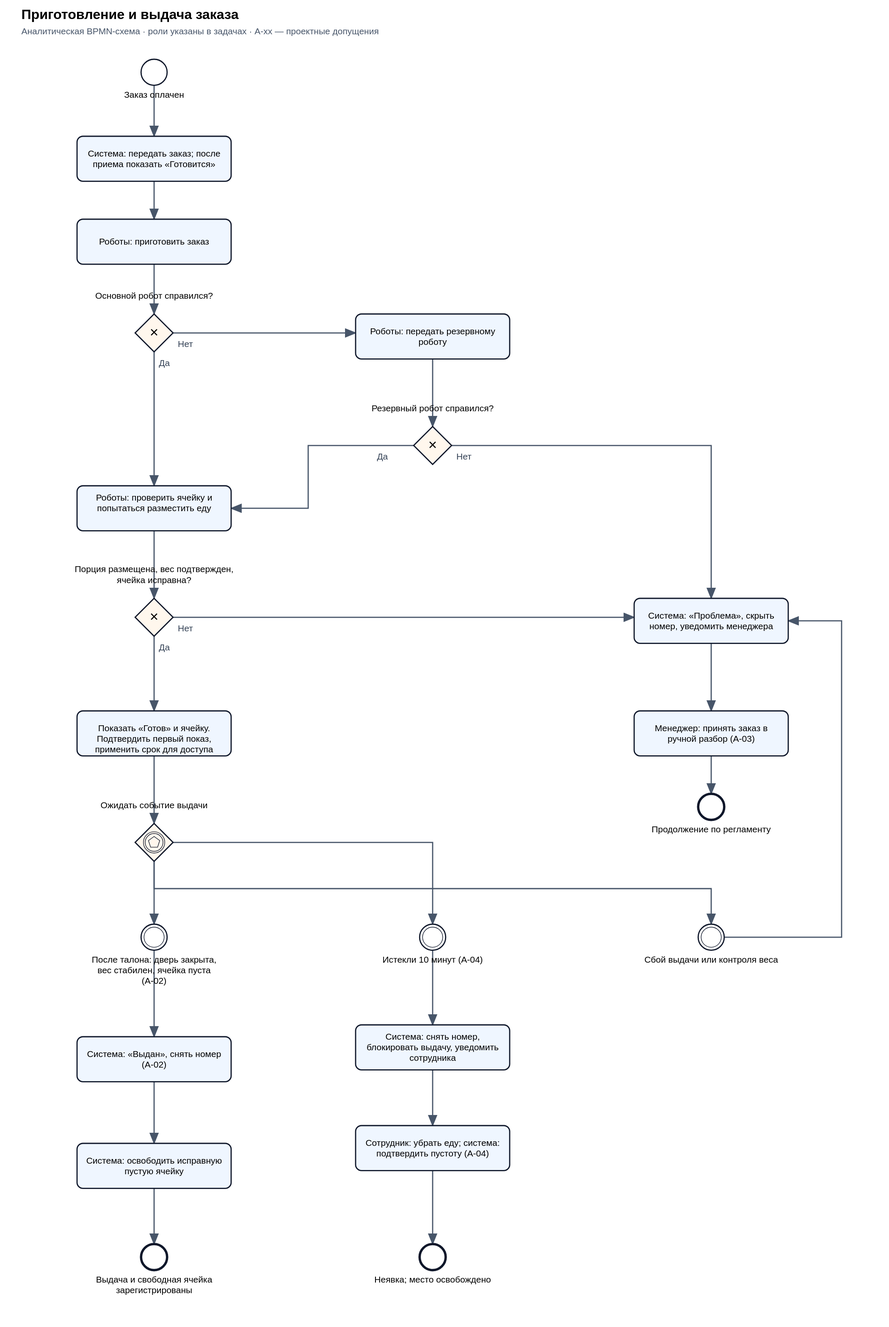
Before: docs/project/published/assets/bpmn-fulfillment.svg, a diagram exported from BPMN (n-leo-leo/restaurant-order-board). Its source is kept beside it as docs/project/published/assets/bpmn-fulfillment.bpmn. Ids are renumbered.
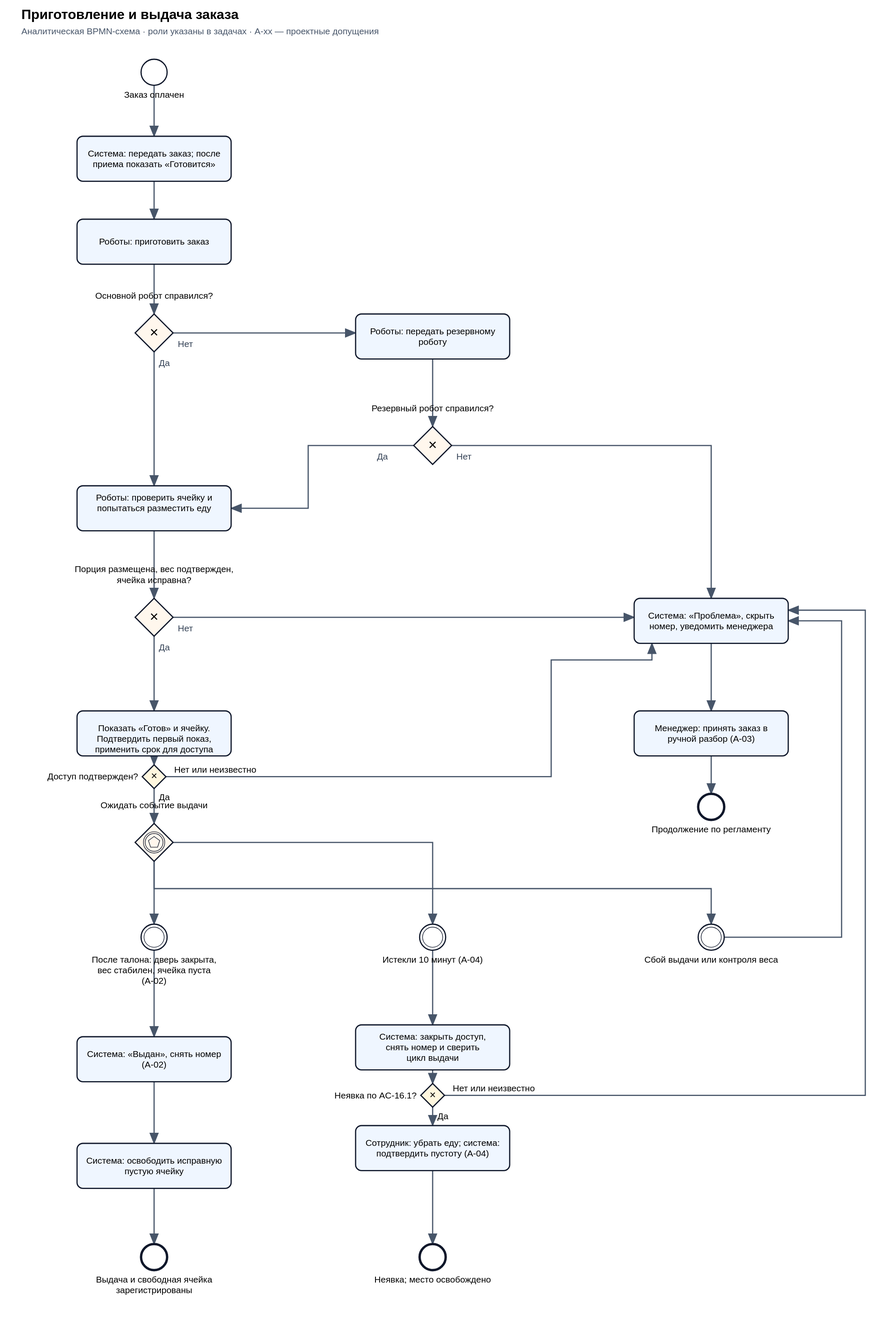
Above is the later version.

What changed in the source:
```diff
@@ -41,7 +41,7 @@
       <bpmn:outgoing>Flow_bpmn-fulfillment_11</bpmn:outgoing>
     </bpmn:task>
     <bpmn:eventBasedGateway id="p_wait" name="Ожидать событие выдачи">
-      <bpmn:incoming>Flow_bpmn-fulfillment_11</bpmn:incoming>
+      <bpmn:incoming>p_applied_yes</bpmn:incoming>
       <bpmn:outgoing>Flow_bpmn-fulfillment_12</bpmn:outgoing>
       <bpmn:outgoing>Flow_bpmn-fulfillment_13</bpmn:outgoing>
       <bpmn:outgoing>Flow_bpmn-fulfillment_14</bpmn:outgoing>
@@ -71,12 +71,12 @@
       <bpmn:incoming>Flow_bpmn-fulfillment_15</bpmn:incoming>
       <bpmn:outgoing>Flow_bpmn-fulfillment_16</bpmn:outgoing>
     </bpmn:task>
-    <bpmn:task id="p_expirenotify" name="Система: снять номер, блокировать выдачу, уведомить сотрудника">
+    <bpmn:task id="p_expirenotify" name="Система: закрыть доступ, снять номер и сверить цикл выдачи">
       <bpmn:incoming>Flow_bpmn-fulfillment_18</bpmn:incoming>
       <bpmn:outgoing>Flow_bpmn-fulfillment_19</bpmn:outgoing>
     </bpmn:task>
     <bpmn:task id="p_clean" name="Сотрудник: убрать еду; система: подтвердить пустоту (A-04)">
-      <bpmn:incoming>Flow_bpmn-fulfillment_19</bpmn:incoming>
+      <bpmn:incoming>p_absent_yes</bpmn:incoming>
       <bpmn:outgoing>Flow_bpmn-fulfillment_20</bpmn:outgoing>
     </bpmn:task>
     <bpmn:task id="p_verify" name="Система: освободить исправную пустую ячейку">
@@ -90,6 +90,8 @@
       <bpmn:incoming>Flow_bpmn-fulfillment_20</bpmn:incoming>
     </bpmn:endEvent>
     <bpmn:task id="p_problem" name="Система: «Проблема», скрыть номер, уведомить менеджера">
+      <bpmn:incoming>p_absent_no</bpmn:incoming>
+      <bpmn:incoming>p_applied_no</bpmn:incoming>
       <bpmn:incoming>Flow_bpmn-fulfillment_7</bpmn:incoming>
       <bpmn:incoming>Flow_bpmn-fulfillment_10</bpmn:incoming>
       <bpmn:incoming>Flow_bpmn-fulfillment_21</bpmn:incoming>
@@ -102,6 +104,21 @@
     <bpmn:endEvent id="p_manualend" name="Продолжение по регламенту">
       <bpmn:incoming>Flow_bpmn-fulfillment_23</bpmn:incoming>
     </bpmn:endEvent>
+    <bpmn:exclusiveGateway id="p_applied" name="Доступ подтвержден?" gatewayDirection="Diverging">
+      <bpmn:incoming>Flow_bpmn-fulfillment_11</bpmn:incoming>
+      <bpmn:outgoing>p_applied_yes</bpmn:outgoing>
+      <bpmn:outgoing>p_applied_no</bpmn:outgoing>
+    </bpmn:exclusiveGateway>
+    <bpmn:sequenceFlow id="p_applied_yes" sourceRef="p_applied" targetRef="p_wait" name="Да" />
+    <bpmn:sequenceFlow id="p_applied_no" sourceRef="p_applied" targetRef="p_problem" name="Нет или неизвестно" />
+    <bpmn:exclusiveGateway id="p_absent" name="Неявка по AC-16.1?" gatewayDirection="Diverging">
+      <bpmn:documentation>После сверки полного цикла неявка допустима только при выполнении условий AC-16.1 по талону и непрерывному доступу до срока. Иначе требуется разбор.</bpmn:documentation>
+      <bpmn:incoming>Flow_bpmn-fulfillment_19</bpmn:incoming>
+      <bpmn:outgoing>p_absent_yes</bpmn:outgoing>
+      <bpmn:outgoing>p_absent_no</bpmn:outgoing>
+    </bpmn:exclusiveGateway>
+    <bpmn:sequenceFlow id="p_absent_yes" sourceRef="p_absent" targetRef="p_clean" name="Да" />
+    <bpmn:sequenceFlow id="p_absent_no" sourceRef="p_absent" targetRef="p_problem" name="Нет или неизвестно" />
     <bpmn:sequenceFlow id="Flow_bpmn-fulfillment_0" sourceRef="p_start" targetRef="p_send" />
     <bpmn:sequenceFlow id="Flow_bpmn-fulfillment_1" sourceRef="p_send" targetRef="p_cook" />
     <bpmn:sequenceFlow id="Flow_bpmn-fulfillment_2" sourceRef="p_cook" targetRef="p_ok" />
@@ -113,7 +130,7 @@
     <bpmn:sequenceFlow id="Flow_bpmn-fulfillment_8" sourceRef="p_cell" targetRef="p_cellok" />
     <bpmn:sequenceFlow id="Flow_bpmn-fulfillment_9" sourceRef="p_cellok" targetRef="p_ready" name="Да" />
     <bpmn:sequenceFlow id="Flow_bpmn-fulfillment_10" sourceRef="p_cellok" targetRef="p_problem" name="Нет" />
-    <bpmn:sequenceFlow id="Flow_bpmn-fulfillment_11" sourceRef="p_ready" targetRef="p_wait" />
+    <bpmn:sequenceFlow id="Flow_bpmn-fulfillment_11" sourceRef="p_ready" targetRef="p_applied" />
     <bpmn:sequenceFlow id="Flow_bpmn-fulfillment_12" sourceRef="p_wait" targetRef="p_open" />
     <bpmn:sequenceFlow id="Flow_bpmn-fulfillment_13" sourceRef="p_wait" targetRef="p_timer" />
     <bpmn:sequenceFlow id="Flow_bpmn-fulfillment_14" sourceRef="p_wait" targetRef="p_failure" />
@@ -121,7 +138,7 @@
     <bpmn:sequenceFlow id="Flow_bpmn-fulfillment_16" sourceRef="p_issued" targetRef="p_verify" />
     <bpmn:sequenceFlow id="Flow_bpmn-fulfillment_17" sourceRef="p_verify" targetRef="p_end" />
     <bpmn:sequenceFlow id="Flow_bpmn-fulfillment_18" sourceRef="p_timer" targetRef="p_expirenotify" />
-    <bpmn:sequenceFlow id="Flow_bpmn-fulfillment_19" sourceRef="p_expirenotify" targetRef="p_clean" />
+    <bpmn:sequenceFlow id="Flow_bpmn-fulfillment_19" sourceRef="p_expirenotify" targetRef="p_absent" />
     <bpmn:sequenceFlow id="Flow_bpmn-fulfillment_20" sourceRef="p_clean" targetRef="p_expired" />
     <bpmn:sequenceFlow id="Flow_bpmn-fulfillment_21" sourceRef="p_failure" targetRef="p_problem" />
     <bpmn:sequenceFlow id="Flow_bpmn-fulfillment_22" sourceRef="p_problem" targetRef="p_manager" />
@@ -194,10 +211,25 @@
           <dc:Bounds x="300" y="1051" width="170" height="22" />
         </bpmndi:BPMNLabel>
       </bpmndi:BPMNEdge>
-      <bpmndi:BPMNEdge id="bpmn-fulfillment_edge_11" bpmnElement="Flow_bpmn-fulfillment_11">
-        <di:waypoint x="260.0" y="1276" />
-        <di:waypoint x="260.0" y="1390" />
+      <bpmndi:BPMNEdge id="Flow_bpmn-fulfillment_11_di" bpmnElement="Flow_bpmn-fulfillment_11">
+        <di:waypoint x="260" y="1276" />
+        <di:waypoint x="260" y="1291" />
       </bpmndi:BPMNEdge>
+      <bpmndi:BPMNEdge id="p_applied_yes_di" bpmnElement="p_applied_yes">
+        <di:waypoint x="260" y="1331" />
+        <di:waypoint x="260" y="1390" />
+      </bpmndi:BPMNEdge>
+      <bpmndi:BPMNEdge id="p_applied_no_di" bpmnElement="p_applied_no">
+        <di:waypoint x="280" y="1311" />
+        <di:waypoint x="930" y="1311" />
+        <di:waypoint x="930" y="1114" />
+        <di:waypoint x="1100" y="1114" />
+        <di:waypoint x="1100" y="1086" />
+      </bpmndi:BPMNEdge>
+      <bpmndi:BPMNShape id="p_applied_di" bpmnElement="p_applied" isMarkerVisible="true">
+        <dc:Bounds x="240" y="1291" width="40" height="40" />
+        <bpmndi:BPMNLabel><dc:Bounds x="48" y="1301" width="185" height="20" /></bpmndi:BPMNLabel>
+      </bpmndi:BPMNShape>
       <bpmndi:BPMNEdge id="bpmn-fulfillment_edge_12" bpmnElement="Flow_bpmn-fulfillment_12">
         <di:waypoint x="260.0" y="1454" />
         <di:waypoint x="260.0" y="1560" />
@@ -229,10 +261,24 @@
         <di:waypoint x="730.0" y="1604" />
         <di:waypoint x="730.0" y="1730" />
       </bpmndi:BPMNEdge>
-      <bpmndi:BPMNEdge id="bpmn-fulfillment_edge_19" bpmnElement="Flow_bpmn-fulfillment_19">
-        <di:waypoint x="730.0" y="1806" />
-        <di:waypoint x="730.0" y="1900" />
+      <bpmndi:BPMNEdge id="Flow_bpmn-fulfillment_19_di" bpmnElement="Flow_bpmn-fulfillment_19">
+        <di:waypoint x="730" y="1806" />
+        <di:waypoint x="730" y="1829" />
       </bpmndi:BPMNEdge>
+      <bpmndi:BPMNEdge id="p_absent_yes_di" bpmnElement="p_absent_yes">
+        <di:waypoint x="730" y="1869" />
+        <di:waypoint x="730" y="1900" />
+      </bpmndi:BPMNEdge>
+      <bpmndi:BPMNEdge id="p_absent_no_di" bpmnElement="p_absent_no">
+        <di:waypoint x="750" y="1849" />
+        <di:waypoint x="1460" y="1849" />
+        <di:waypoint x="1460" y="1030" />
+        <di:waypoint x="1330" y="1030" />
+      </bpmndi:BPMNEdge>
+      <bpmndi:BPMNShape id="p_absent_di" bpmnElement="p_absent" isMarkerVisible="true">
+        <dc:Bounds x="710" y="1829" width="40" height="40" />
+        <bpmndi:BPMNLabel><dc:Bounds x="518" y="1839" width="185" height="20" /></bpmndi:BPMNLabel>
+      </bpmndi:BPMNShape>
       <bpmndi:BPMNEdge id="bpmn-fulfillment_edge_20" bpmnElement="Flow_bpmn-fulfillment_20">
         <di:waypoint x="730.0" y="1976" />
         <di:waypoint x="730.0" y="2100" />
```
